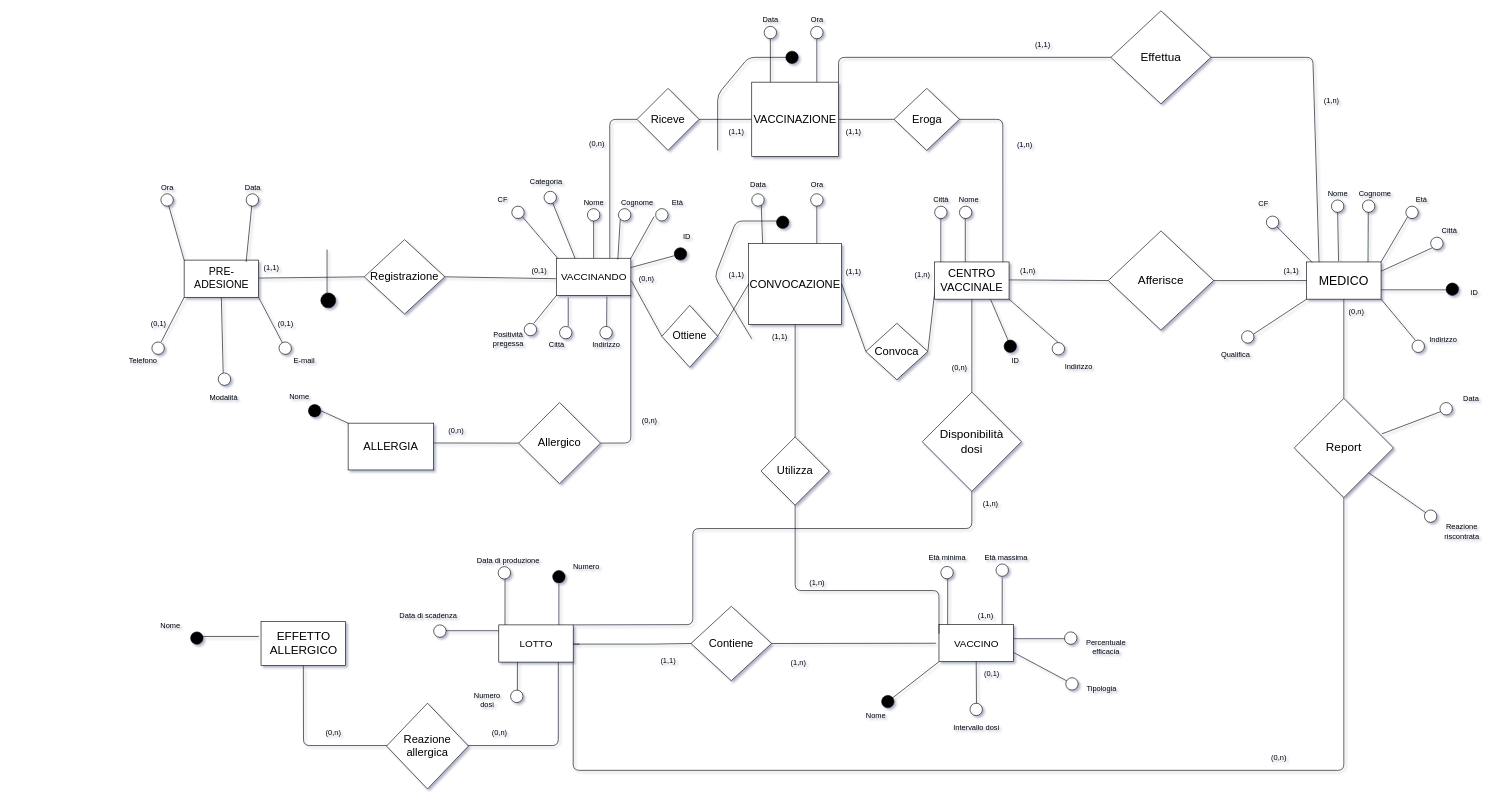
The draw.io diagram page "ERristr" (1 of 2) of bd/Schema E/ERsenzagen.drawio in shaggyishere/VaccineDatabase, before the edit. Source tidied: cells renumbered, new cells numbered last; positions are measured from the earlier drawing's top-left corner, leaving out a move shared by most shapes. Both pictures are drawn from the tidied source at 62%, with x=0, y=0 at pixel (123, 11).
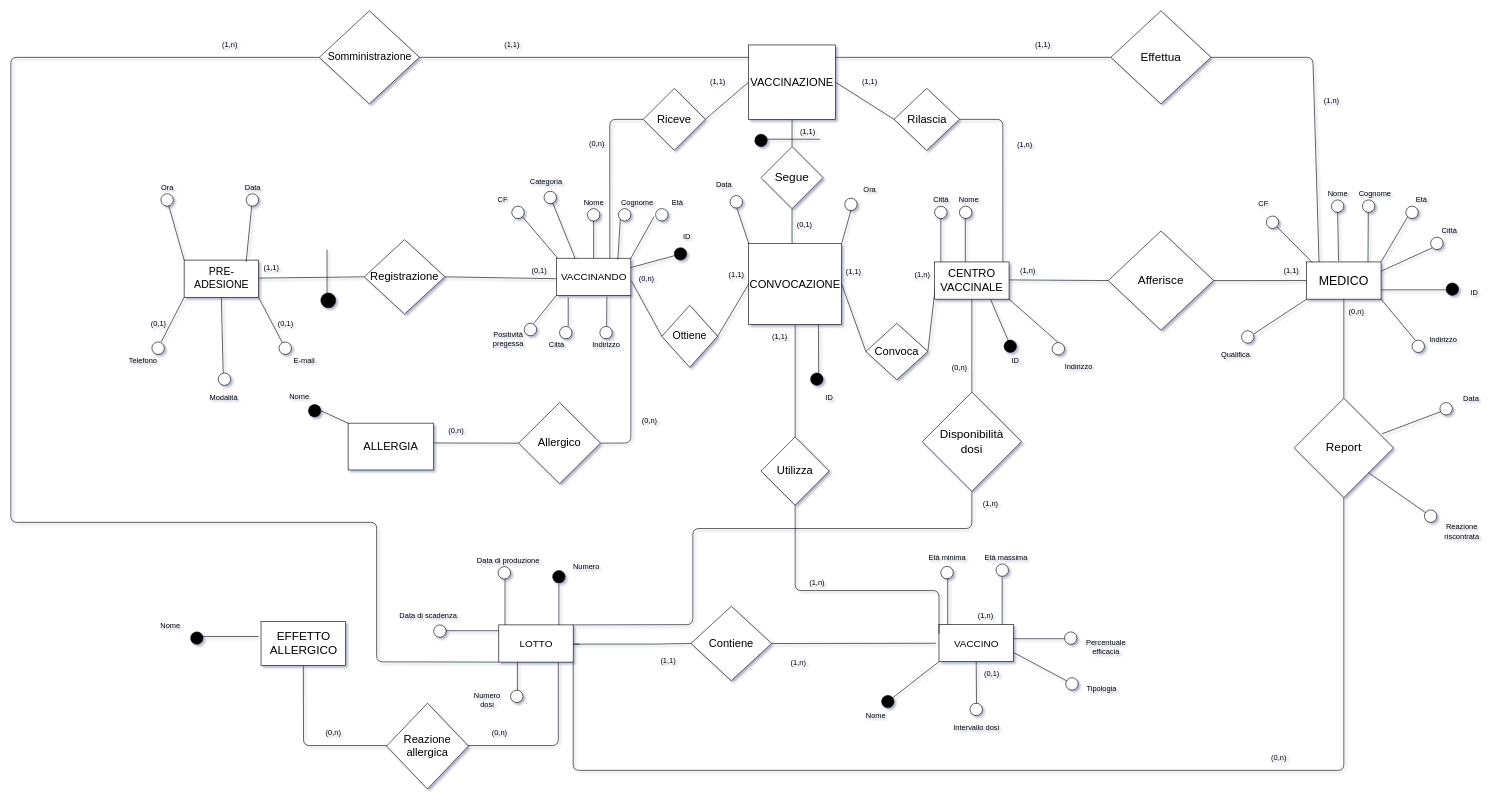
Above is the later version.

Commit message:
versione (forse) definitiva (è presente associazione REPORT)

Unchanged cells that the change refers to:
```xml
<mxCell id="3" value="&lt;font style=&quot;font-size: 18px&quot;&gt;CONVOCAZIONE&lt;/font&gt;" style="rectangle;whiteSpace=wrap;html=1;strokeWidth=1;fillColor=#FFFFFF;" parent="1" vertex="1">
  <mxGeometry x="1008" y="375" width="150" height="131" as="geometry" />
</mxCell>
<mxCell id="50" style="rounded=0;whiteSpace=wrap;html=1;" parent="1" vertex="1">
  <mxGeometry x="605" y="990.4" width="120" height="60" as="geometry" />
</mxCell>
<mxCell id="216" value="&lt;font style=&quot;font-size: 19px&quot;&gt;Effettua&lt;/font&gt;" style="rhombus;whiteSpace=wrap;html=1;" parent="1" vertex="1">
  <mxGeometry x="1592.2" width="161.5" height="150" as="geometry" />
</mxCell>
```

What changed in the source:
```diff
@@
     <mxCell id="19" value="&lt;font style=&quot;font-size: 18px&quot;&gt;VACCINAZIONE&lt;/font&gt;" style="rectangle;whiteSpace=wrap;html=1;strokeWidth=1;fillColor=#FFFFFF;" parent="1" vertex="1">
-      <mxGeometry x="1013" y="115" width="140" height="120" as="geometry" />
+      <mxGeometry x="1008" y="55" width="140" height="120" as="geometry" />
     </mxCell>
-    <mxCell id="20" style="endArrow=none;html=1;entryX=0;entryY=1;entryDx=0;entryDy=0;" parent="1" edge="1">
-      <mxGeometry relative="1" as="geometry">
-        <mxPoint x="1043" y="115" as="sourcePoint" />
-        <mxPoint x="1043" y="45" as="targetPoint" />
-      </mxGeometry>
-    </mxCell>
-    <mxCell id="21" style="endArrow=none;html=1;entryX=0;entryY=1;entryDx=0;entryDy=0;" parent="1" edge="1">
-      <mxGeometry relative="1" as="geometry">
-        <mxPoint x="1118" y="115" as="sourcePoint" />
-        <mxPoint x="1118" y="45" as="targetPoint" />
-      </mxGeometry>
-    </mxCell>
-    <mxCell id="22" style="ellipse;whiteSpace=wrap;html=1;strokeWidth=1;" parent="1" vertex="1">
-      <mxGeometry x="1108" y="25" width="20" height="20" as="geometry" />
-    </mxCell>
-    <mxCell id="23" style="ellipse;whiteSpace=wrap;html=1;strokeWidth=1;" parent="1" vertex="1">
-      <mxGeometry x="1033" y="25" width="20" height="20" as="geometry" />
-    </mxCell>
-    <mxCell id="24" value="Data" style="text;html=1;align=center;verticalAlign=middle;strokeColor=none;" parent="1" vertex="1">
-      <mxGeometry x="1023" y="5" width="40" height="20" as="geometry" />
-    </mxCell>
-    <mxCell id="25" value="Ora" style="text;html=1;align=center;verticalAlign=middle;strokeColor=none;" parent="1" vertex="1">
-      <mxGeometry x="1098" y="5" width="40" height="20" as="geometry" />
-    </mxCell>
@@
-    <mxCell id="163" value="&lt;font style=&quot;font-size: 18px&quot;&gt;Eroga&lt;/font&gt;" style="rhombus;whiteSpace=wrap;html=1;" parent="1" vertex="1">
+    <mxCell id="163" value="&lt;font style=&quot;font-size: 18px&quot;&gt;Rilascia&lt;/font&gt;" style="rhombus;whiteSpace=wrap;html=1;" parent="1" vertex="1">
       <mxGeometry x="1242.5" y="125" width="105.5" height="100" as="geometry" />
     </mxCell>
     <mxCell id="164" value="&lt;font style=&quot;font-size: 18px&quot;&gt;Riceve&lt;/font&gt;" style="rhombus;whiteSpace=wrap;html=1;" parent="1" vertex="1">
-      <mxGeometry x="828" y="125" width="100" height="100" as="geometry" />
+      <mxGeometry x="838" y="125" width="100" height="100" as="geometry" />
     </mxCell>
@@
     <mxCell id="169" value="(1,1)" style="text;html=1;align=center;verticalAlign=middle;strokeColor=none;" parent="1" vertex="1">
-      <mxGeometry x="1157" y="185" width="40" height="20" as="geometry" />
+      <mxGeometry x="1182.5" y="105" width="40" height="20" as="geometry" />
     </mxCell>
     <mxCell id="170" value="(1,1)" style="text;html=1;align=center;verticalAlign=middle;strokeColor=none;" parent="1" vertex="1">
-      <mxGeometry x="968" y="185" width="40" height="20" as="geometry" />
+      <mxGeometry x="938" y="105" width="40" height="20" as="geometry" />
     </mxCell>
-    <mxCell id="171" style="endArrow=none;html=1;" parent="1" edge="1">
-      <mxGeometry relative="1" as="geometry">
-        <mxPoint x="1078" y="75" as="sourcePoint" />
-        <mxPoint x="958" y="225" as="targetPoint" />
-        <Array as="points">
-          <mxPoint x="1008" y="75" />
-          <mxPoint x="958" y="135" />
-        </Array>
-      </mxGeometry>
-    </mxCell>
-    <mxCell id="172" style="ellipse;whiteSpace=wrap;html=1;strokeWidth=1;fillColor=#000000;" parent="1" vertex="1">
-      <mxGeometry x="1068" y="65" width="20" height="20" as="geometry" />
-    </mxCell>
-    <mxCell id="173" style="endArrow=none;html=1;" parent="1" edge="1">
-      <mxGeometry relative="1" as="geometry">
-        <mxPoint x="1013" y="529" as="sourcePoint" />
-        <mxPoint x="1058" y="339" as="targetPoint" />
-        <Array as="points">
-          <mxPoint x="953" y="429" />
-          <mxPoint x="988" y="339" />
-        </Array>
-      </mxGeometry>
-    </mxCell>
     <mxCell id="174" style="ellipse;whiteSpace=wrap;html=1;strokeWidth=1;fillColor=#000000;" parent="1" vertex="1">
-      <mxGeometry x="1053" y="331" width="20" height="20" as="geometry" />
+      <mxGeometry x="1108" y="584.1" width="20" height="20" as="geometry" />
     </mxCell>
-    <mxCell id="175" style="endArrow=none;html=1;" parent="1" edge="1">
+    <mxCell id="175" style="endArrow=none;html=1;entryX=1;entryY=0;entryDx=0;entryDy=0;" parent="1" edge="1" target="3">
       <mxGeometry relative="1" as="geometry">
-        <mxPoint x="1118" y="315" as="sourcePoint" />
-        <mxPoint x="1118" y="375" as="targetPoint" />
+        <mxPoint x="1173" y="322" as="sourcePoint" />
       </mxGeometry>
     </mxCell>
     <mxCell id="176" style="ellipse;whiteSpace=wrap;html=1;strokeWidth=1;fillColor=#FFFFFF;" parent="1" vertex="1">
-      <mxGeometry x="1108" y="295" width="20" height="20" as="geometry" />
+      <mxGeometry x="1163" y="302" width="20" height="20" as="geometry" />
     </mxCell>
     <mxCell id="177" value="Data" style="text;html=1;align=center;verticalAlign=middle;strokeColor=none;" parent="1" vertex="1">
-      <mxGeometry x="1003" y="271" width="40" height="20" as="geometry" />
+      <mxGeometry x="948" y="271" width="40" height="20" as="geometry" />
     </mxCell>
-    <mxCell id="178" style="endArrow=none;html=1;exitX=0.15;exitY=0.002;exitDx=0;exitDy=0;exitPerimeter=0;" parent="1" edge="1" source="3">
+    <mxCell id="178" style="endArrow=none;html=1;exitX=0;exitY=0;exitDx=0;exitDy=0;" parent="1" edge="1" source="3">
       <mxGeometry relative="1" as="geometry">
-        <mxPoint x="1028" y="305" as="targetPoint" />
+        <mxPoint x="988" y="315" as="targetPoint" />
       </mxGeometry>
     </mxCell>
     <mxCell id="179" style="ellipse;whiteSpace=wrap;html=1;strokeWidth=1;fillColor=#FFFFFF;" parent="1" vertex="1">
-      <mxGeometry x="1013" y="295" width="20" height="20" as="geometry" />
+      <mxGeometry x="978" y="298" width="20" height="20" as="geometry" />
     </mxCell>
     <mxCell id="180" value="Ora" style="text;html=1;align=center;verticalAlign=middle;strokeColor=none;" parent="1" vertex="1">
-      <mxGeometry x="1098" y="271" width="40" height="20" as="geometry" />
+      <mxGeometry x="1182.5" y="279" width="40" height="20" as="geometry" />
     </mxCell>
@@
-    <mxCell id="220" style="endArrow=none;html=1;entryX=0;entryY=0.5;entryDx=0;entryDy=0;exitX=1;exitY=0;exitDx=0;exitDy=0;" parent="1" edge="1" source="19" target="216">
+    <mxCell id="220" style="endArrow=none;html=1;entryX=0;entryY=0.5;entryDx=0;entryDy=0;" parent="1" edge="1" target="216">
       <mxGeometry relative="1" as="geometry">
+        <mxPoint x="1148" y="75" as="sourcePoint" />
         <Array as="points">
           <mxPoint x="1153" y="75" />
         </Array>
       </mxGeometry>
     </mxCell>
+    <mxCell id="221" style="endArrow=none;html=1;entryX=0.75;entryY=1;entryDx=0;entryDy=0;" parent="1" edge="1" target="3">
+      <mxGeometry relative="1" as="geometry">
+        <mxPoint x="1121" y="585" as="sourcePoint" />
+      </mxGeometry>
+    </mxCell>
+    <mxCell id="222" value="ID" style="text;html=1;align=center;verticalAlign=middle;strokeColor=none;" parent="1" vertex="1">
+      <mxGeometry x="1123" y="614" width="30" height="20" as="geometry" />
+    </mxCell>
+    <mxCell id="223" value="&lt;font style=&quot;font-size: 17px&quot;&gt;Somministrazione&lt;/font&gt;" style="rhombus;whiteSpace=wrap;html=1;" parent="1" vertex="1">
+      <mxGeometry x="315.5" width="161.5" height="150" as="geometry" />
+    </mxCell>
+    <mxCell id="224" style="endArrow=none;html=1;entryX=1;entryY=0.5;entryDx=0;entryDy=0;" parent="1" edge="1" target="223">
+      <mxGeometry relative="1" as="geometry">
+        <mxPoint x="1008" y="75" as="sourcePoint" />
+      </mxGeometry>
+    </mxCell>
+    <mxCell id="225" value="(1,1)" style="text;html=1;align=center;verticalAlign=middle;strokeColor=none;" parent="1" vertex="1">
+      <mxGeometry x="606" y="45" width="40" height="20" as="geometry" />
+    </mxCell>
+    <mxCell id="226" style="endArrow=none;html=1;entryX=0;entryY=0.5;entryDx=0;entryDy=0;exitX=0;exitY=1;exitDx=0;exitDy=0;" parent="1" edge="1" source="50" target="223">
+      <mxGeometry relative="1" as="geometry">
+        <Array as="points">
+          <mxPoint x="408" y="1050" />
+          <mxPoint x="408" y="825" />
+          <mxPoint x="-182" y="825" />
+          <mxPoint x="-182" y="75" />
+        </Array>
+      </mxGeometry>
+    </mxCell>
+    <mxCell id="227" value="(1,n)" style="text;html=1;align=center;verticalAlign=middle;strokeColor=none;" parent="1" vertex="1">
+      <mxGeometry x="150.5" y="45" width="40" height="20" as="geometry" />
+    </mxCell>
+    <mxCell id="228" value="&lt;font style=&quot;font-size: 19px&quot;&gt;Segue&lt;/font&gt;" style="rhombus;whiteSpace=wrap;html=1;" parent="1" vertex="1">
+      <mxGeometry x="1028" y="219" width="100" height="100" as="geometry" />
+    </mxCell>
+    <mxCell id="229" style="endArrow=none;html=1;entryX=0.5;entryY=1;entryDx=0;entryDy=0;exitX=0.5;exitY=0;exitDx=0;exitDy=0;" parent="1" edge="1" source="228" target="19">
+      <mxGeometry relative="1" as="geometry" />
+    </mxCell>
+    <mxCell id="230" style="endArrow=none;html=1;entryX=0.5;entryY=1;entryDx=0;entryDy=0;" parent="1" edge="1" target="228">
+      <mxGeometry relative="1" as="geometry">
+        <mxPoint x="1078" y="375" as="sourcePoint" />
+      </mxGeometry>
+    </mxCell>
+    <mxCell id="231" value="(0,1)" style="text;html=1;align=center;verticalAlign=middle;strokeColor=none;" parent="1" vertex="1">
+      <mxGeometry x="1078" y="335" width="40" height="20" as="geometry" />
+    </mxCell>
+    <mxCell id="232" value="(1,1)" style="text;html=1;align=center;verticalAlign=middle;strokeColor=none;" parent="1" vertex="1">
+      <mxGeometry x="1083" y="185" width="40" height="20" as="geometry" />
+    </mxCell>
+    <mxCell id="233" style="endArrow=none;html=1;" parent="1" edge="1">
+      <mxGeometry relative="1" as="geometry">
+        <mxPoint x="1123" y="207" as="sourcePoint" />
+        <mxPoint x="1033" y="207" as="targetPoint" />
+      </mxGeometry>
+    </mxCell>
+    <mxCell id="234" style="ellipse;whiteSpace=wrap;html=1;strokeWidth=1;fillColor=#000000;" parent="1" vertex="1">
+      <mxGeometry x="1018" y="199" width="20" height="20" as="geometry" />
+    </mxCell>
```
